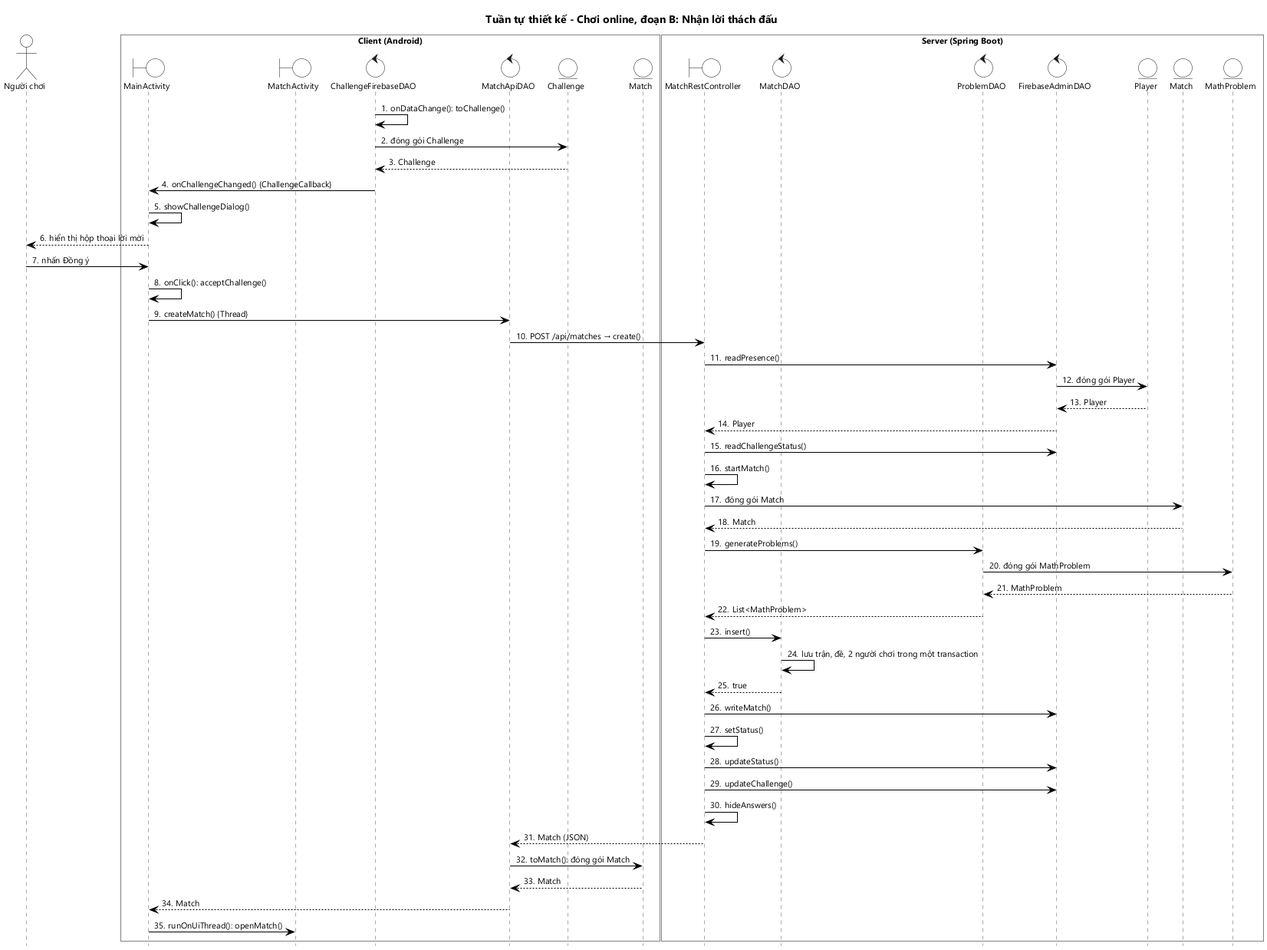
Before: docs/hung/tuan-tu-thiet-ke-uc03b.png, a diagram exported from PlantUML (HungNguyenBa1811/math-dash).
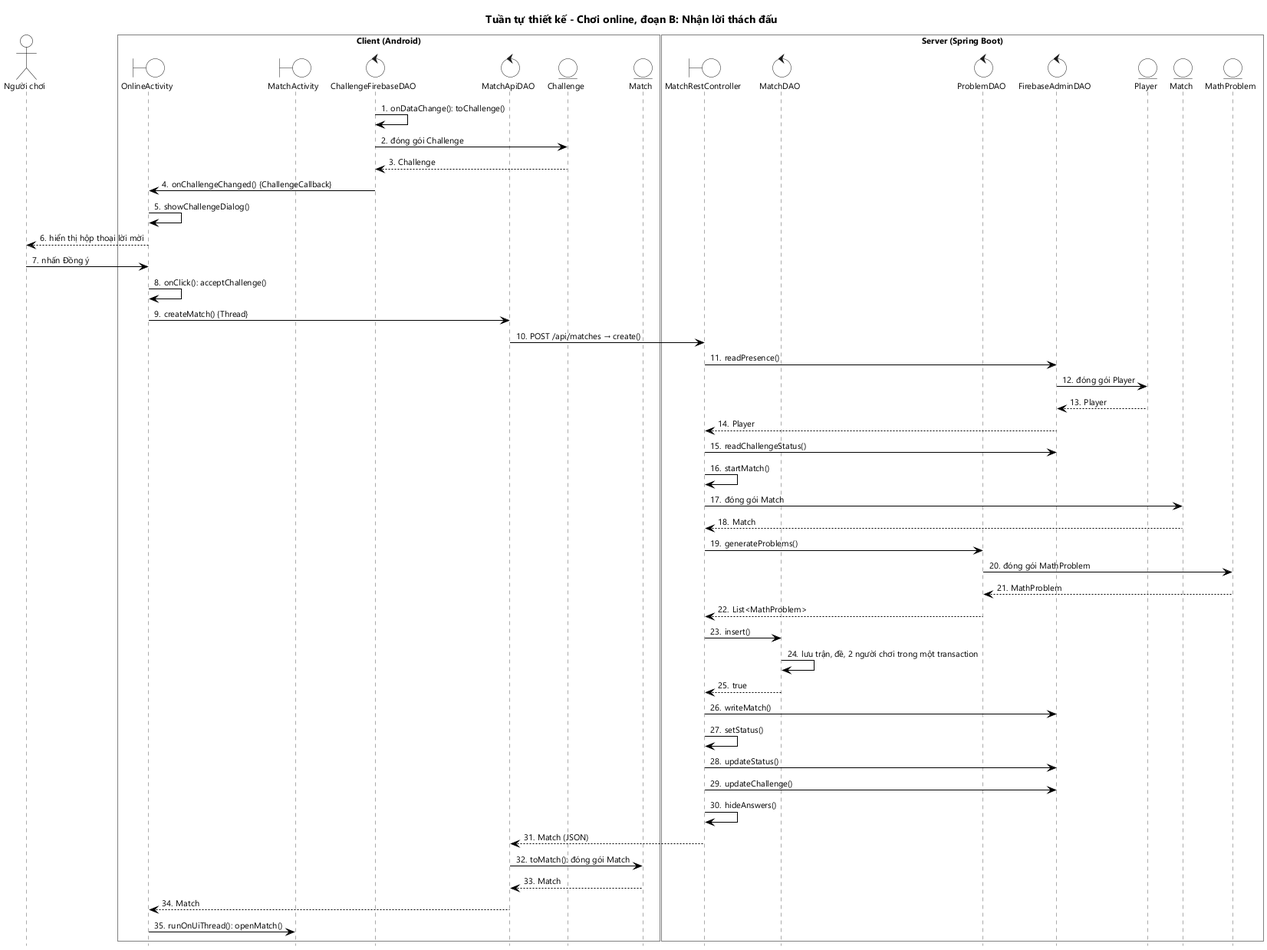
Above is the later version.

Diff of the diagram source:
```diff
@@ -4,7 +4,7 @@
 
 actor "Người chơi" as U
 box "Client (Android)" #FFFFFF
-boundary MainActivity as MA
+boundary OnlineActivity as OA
 boundary MatchActivity as GA
 control ChallengeFirebaseDAO as CFD
 control MatchApiDAO as MAD
@@ -24,12 +24,12 @@
 CFD -> CFD : onDataChange(): toChallenge()
 CFD -> C : đóng gói Challenge
 C --> CFD : Challenge
-CFD -> MA : onChallengeChanged() {ChallengeCallback}
-MA -> MA : showChallengeDialog()
-MA --> U : hiển thị hộp thoại lời mời
-U -> MA : nhấn Đồng ý
-MA -> MA : onClick(): acceptChallenge()
-MA -> MAD : createMatch() {Thread}
+CFD -> OA : onChallengeChanged() {ChallengeCallback}
+OA -> OA : showChallengeDialog()
+OA --> U : hiển thị hộp thoại lời mời
+U -> OA : nhấn Đồng ý
+OA -> OA : onClick(): acceptChallenge()
+OA -> MAD : createMatch() {Thread}
 MAD -> MRC : POST /api/matches → create()
 MRC -> FAD : readPresence()
 FAD -> SP : đóng gói Player
@@ -54,6 +54,6 @@
 MRC --> MAD : Match (JSON)
 MAD -> M : toMatch(): đóng gói Match
 M --> MAD : Match
-MAD --> MA : Match
-MA -> GA : runOnUiThread(): openMatch()
+MAD --> OA : Match
+OA -> GA : runOnUiThread(): openMatch()
 @enduml
```
